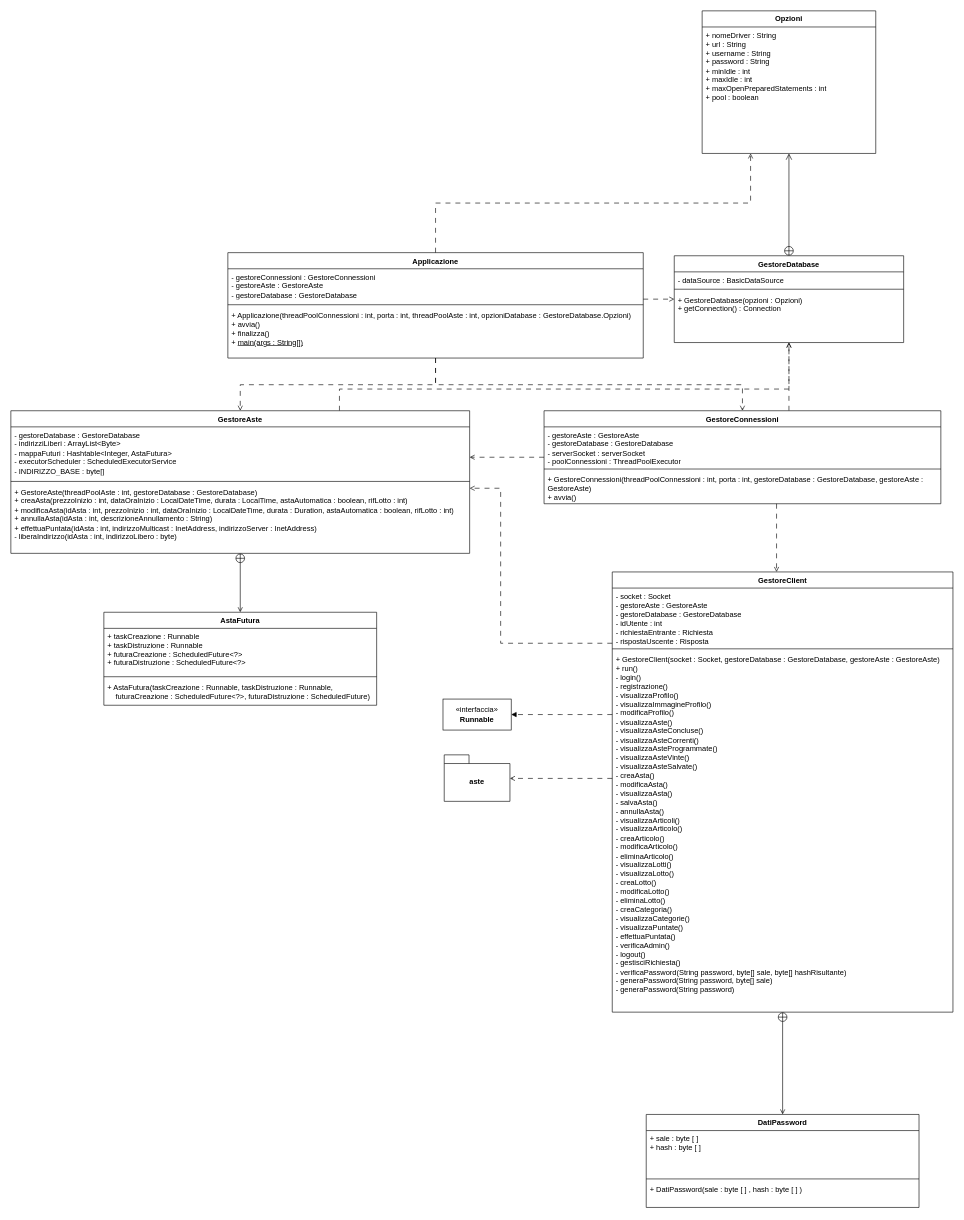
This is documenti/DC-Server.drawio from Chaos-Rat/GAO, a draw.io file, before an edit. Source tidied: cells renumbered, new cells numbered last; positions are measured from the earlier drawing's top-left corner, leaving out a move shared by most shapes. Both pictures are drawn from the tidied source at 62%, with x=0, y=0 at pixel (11, 11).
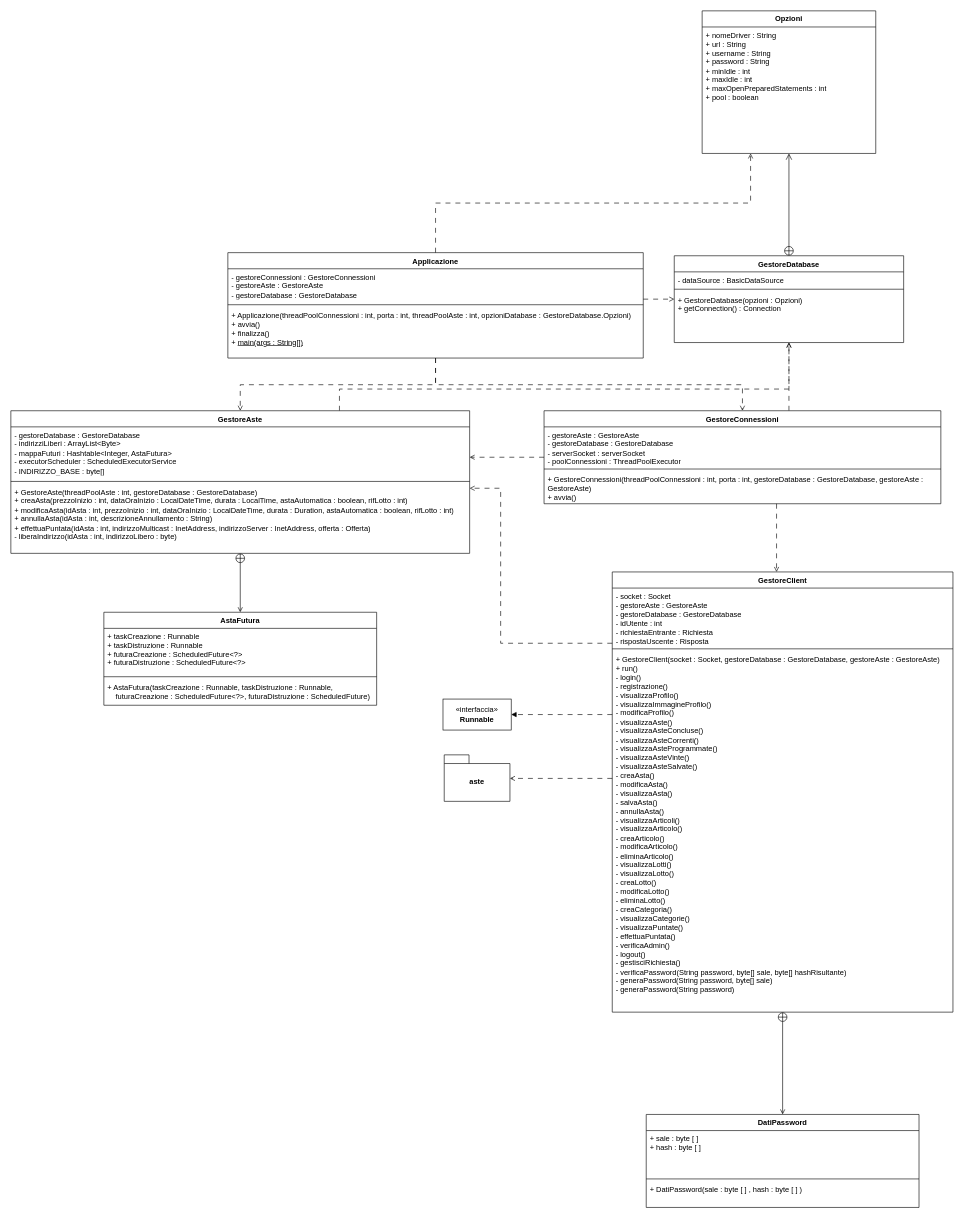
The same diagram, later.

Commit message:
DC-Server aggiornato

Ulteriore modifica in gestore aste nel DC-Server.

The change refers to these unchanged cells:
```xml
<mxCell id="23" value="GestoreAste" style="swimlane;fontStyle=1;align=center;verticalAlign=top;horizontal=1;startSize=26;whiteSpace=wrap;html=1;" parent="1" vertex="1">
  <mxGeometry y="645" width="740" height="230" as="geometry" />
</mxCell>
```

What changed in the source:
```diff
@@
-    <mxCell id="26" value="&lt;div&gt;+ GestoreAste(threadPoolAste : int, gestoreDatabase : GestoreDatabase)&lt;/div&gt;&lt;div&gt;+ creaAsta(prezzoInizio : int, dataOraInizio : LocalDateTime, durata : LocalTime, astaAutomatica : boolean, rifLotto : int)&lt;/div&gt;&lt;div&gt;+ modificaAsta(idAsta : int, prezzoInizio : int, dataOraInizio : LocalDateTime, durata : Duration, astaAutomatica : boolean, rifLotto : int)&lt;/div&gt;&lt;div&gt;+ annullaAsta(idAsta : int, descrizioneAnnullamento : String)&lt;/div&gt;&lt;div&gt;+ effettuaPuntata(idAsta : int, indirizzoMulticast : InetAddress, indirizzoServer : InetAddress)&lt;/div&gt;&lt;div&gt;- liberaIndirizzo(idAsta : int, indirizzoLibero : byte)&lt;/div&gt;&lt;div&gt;&lt;br&gt;&lt;/div&gt;" style="text;strokeColor=none;fillColor=none;align=left;verticalAlign=top;spacingLeft=4;spacingRight=4;overflow=hidden;whiteSpace=wrap;html=1;" parent="23" vertex="1">
+    <mxCell id="26" value="&lt;div&gt;+ GestoreAste(threadPoolAste : int, gestoreDatabase : GestoreDatabase)&lt;/div&gt;&lt;div&gt;+ creaAsta(prezzoInizio : int, dataOraInizio : LocalDateTime, durata : LocalTime, astaAutomatica : boolean, rifLotto : int)&lt;/div&gt;&lt;div&gt;+ modificaAsta(idAsta : int, prezzoInizio : int, dataOraInizio : LocalDateTime, durata : Duration, astaAutomatica : boolean, rifLotto : int)&lt;/div&gt;&lt;div&gt;+ annullaAsta(idAsta : int, descrizioneAnnullamento : String)&lt;/div&gt;&lt;div&gt;+ effettuaPuntata(idAsta : int, indirizzoMulticast : InetAddress, indirizzoServer : InetAddress, offerta : Offerta)&lt;/div&gt;&lt;div&gt;- liberaIndirizzo(idAsta : int, indirizzoLibero : byte)&lt;/div&gt;&lt;div&gt;&lt;br&gt;&lt;/div&gt;" style="text;strokeColor=none;fillColor=none;align=left;verticalAlign=top;spacingLeft=4;spacingRight=4;overflow=hidden;whiteSpace=wrap;html=1;" parent="23" vertex="1">
       <mxGeometry y="118" width="740" height="112" as="geometry" />
     </mxCell>
```
